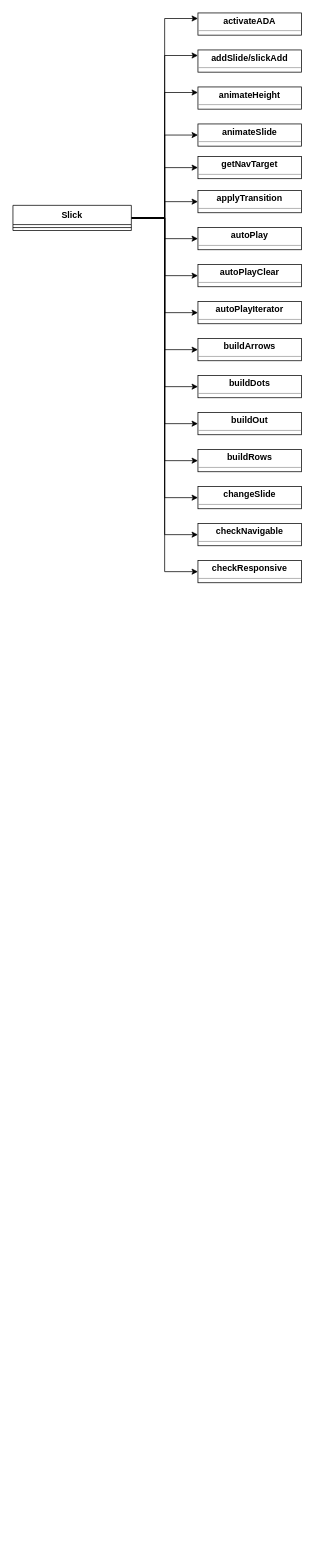
Before: slick-diagram.drawio in nat-davydova/slick-js, a draw.io diagram. Source tidied: cells renumbered, new cells numbered last; positions are measured from the earlier drawing's top-left corner, leaving out a move shared by most shapes. Both pictures are drawn from the tidied source at 74%, with x=0, y=0 at pixel (13, 13).
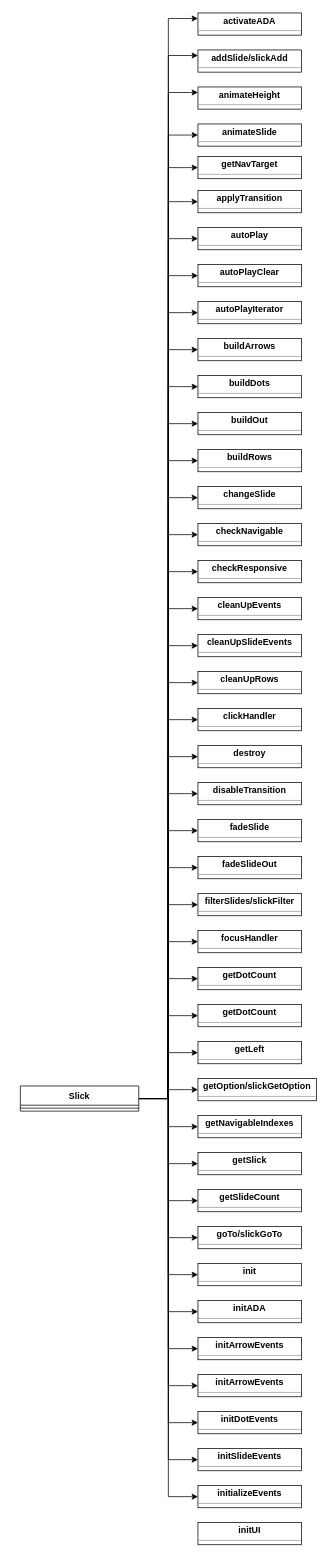
The same diagram, later.

Commit message:
diagram: add methods up to initializeEvents

What changed in the source:
```diff
@@
+    <mxCell id="36" style="edgeStyle=orthogonalEdgeStyle;rounded=0;jettySize=auto;html=1;entryX=0;entryY=0.5;entryDx=0;entryDy=0;" parent="1" edge="1" source="18" target="61">
+      <mxGeometry relative="1" as="geometry" />
+    </mxCell>
+    <mxCell id="37" style="edgeStyle=orthogonalEdgeStyle;rounded=0;jettySize=auto;html=1;entryX=0;entryY=0.5;entryDx=0;entryDy=0;" parent="1" edge="1" source="18" target="62">
+      <mxGeometry relative="1" as="geometry" />
+    </mxCell>
+    <mxCell id="38" style="edgeStyle=orthogonalEdgeStyle;rounded=0;jettySize=auto;html=1;entryX=0;entryY=0.5;entryDx=0;entryDy=0;" parent="1" edge="1" source="18" target="63">
+      <mxGeometry relative="1" as="geometry" />
+    </mxCell>
+    <mxCell id="39" style="edgeStyle=orthogonalEdgeStyle;rounded=0;jettySize=auto;html=1;entryX=0;entryY=0.5;entryDx=0;entryDy=0;" parent="1" edge="1" source="18" target="64">
+      <mxGeometry relative="1" as="geometry" />
+    </mxCell>
+    <mxCell id="40" style="edgeStyle=orthogonalEdgeStyle;rounded=0;jettySize=auto;html=1;entryX=0;entryY=0.5;entryDx=0;entryDy=0;" parent="1" edge="1" source="18" target="65">
+      <mxGeometry relative="1" as="geometry" />
+    </mxCell>
+    <mxCell id="41" style="edgeStyle=orthogonalEdgeStyle;rounded=0;jettySize=auto;html=1;entryX=0;entryY=0.5;entryDx=0;entryDy=0;" parent="1" edge="1" source="18" target="66">
+      <mxGeometry relative="1" as="geometry" />
+    </mxCell>
+    <mxCell id="42" style="edgeStyle=orthogonalEdgeStyle;rounded=0;jettySize=auto;html=1;entryX=0;entryY=0.5;entryDx=0;entryDy=0;" parent="1" edge="1" source="18" target="67">
+      <mxGeometry relative="1" as="geometry" />
+    </mxCell>
+    <mxCell id="43" style="edgeStyle=orthogonalEdgeStyle;rounded=0;jettySize=auto;html=1;entryX=0;entryY=0.5;entryDx=0;entryDy=0;" parent="1" edge="1" source="18" target="68">
+      <mxGeometry relative="1" as="geometry" />
+    </mxCell>
+    <mxCell id="44" style="edgeStyle=orthogonalEdgeStyle;rounded=0;jettySize=auto;html=1;entryX=0;entryY=0.5;entryDx=0;entryDy=0;" parent="1" edge="1" source="18" target="69">
+      <mxGeometry relative="1" as="geometry" />
+    </mxCell>
+    <mxCell id="45" style="edgeStyle=orthogonalEdgeStyle;rounded=0;jettySize=auto;html=1;entryX=0;entryY=0.5;entryDx=0;entryDy=0;" parent="1" edge="1" source="18" target="70">
+      <mxGeometry relative="1" as="geometry" />
+    </mxCell>
+    <mxCell id="46" style="edgeStyle=orthogonalEdgeStyle;rounded=0;jettySize=auto;html=1;entryX=0;entryY=0.5;entryDx=0;entryDy=0;" parent="1" edge="1" source="18" target="71">
+      <mxGeometry relative="1" as="geometry" />
+    </mxCell>
+    <mxCell id="47" style="edgeStyle=orthogonalEdgeStyle;rounded=0;jettySize=auto;html=1;entryX=0;entryY=0.5;entryDx=0;entryDy=0;" parent="1" edge="1" source="18" target="72">
+      <mxGeometry relative="1" as="geometry" />
+    </mxCell>
+    <mxCell id="48" style="edgeStyle=orthogonalEdgeStyle;rounded=0;jettySize=auto;html=1;entryX=0;entryY=0.5;entryDx=0;entryDy=0;" parent="1" edge="1" source="18" target="73">
+      <mxGeometry relative="1" as="geometry" />
+    </mxCell>
+    <mxCell id="49" style="edgeStyle=orthogonalEdgeStyle;rounded=0;jettySize=auto;html=1;entryX=0;entryY=0.5;entryDx=0;entryDy=0;" parent="1" edge="1" source="18" target="74">
+      <mxGeometry relative="1" as="geometry" />
+    </mxCell>
+    <mxCell id="50" style="edgeStyle=orthogonalEdgeStyle;rounded=0;jettySize=auto;html=1;entryX=0;entryY=0.5;entryDx=0;entryDy=0;" parent="1" edge="1" source="18" target="75">
+      <mxGeometry relative="1" as="geometry" />
+    </mxCell>
+    <mxCell id="51" style="edgeStyle=orthogonalEdgeStyle;rounded=0;jettySize=auto;html=1;entryX=0;entryY=0.5;entryDx=0;entryDy=0;" parent="1" edge="1" source="18" target="80">
+      <mxGeometry relative="1" as="geometry" />
+    </mxCell>
+    <mxCell id="52" style="edgeStyle=orthogonalEdgeStyle;rounded=0;jettySize=auto;html=1;entryX=0;entryY=0.5;entryDx=0;entryDy=0;" parent="1" edge="1" source="18" target="76">
+      <mxGeometry relative="1" as="geometry" />
+    </mxCell>
+    <mxCell id="53" style="edgeStyle=orthogonalEdgeStyle;rounded=0;jettySize=auto;html=1;entryX=0;entryY=0.5;entryDx=0;entryDy=0;" parent="1" edge="1" source="18" target="77">
+      <mxGeometry relative="1" as="geometry" />
+    </mxCell>
+    <mxCell id="54" style="edgeStyle=orthogonalEdgeStyle;rounded=0;jettySize=auto;html=1;entryX=0;entryY=0.5;entryDx=0;entryDy=0;" parent="1" edge="1" source="18" target="78">
+      <mxGeometry relative="1" as="geometry" />
+    </mxCell>
+    <mxCell id="55" style="edgeStyle=orthogonalEdgeStyle;rounded=0;jettySize=auto;html=1;entryX=0;entryY=0.5;entryDx=0;entryDy=0;" parent="1" edge="1" source="18" target="79">
+      <mxGeometry relative="1" as="geometry" />
+    </mxCell>
+    <mxCell id="56" style="edgeStyle=orthogonalEdgeStyle;rounded=0;jettySize=auto;html=1;entryX=0;entryY=0.5;entryDx=0;entryDy=0;" parent="1" edge="1" source="18" target="81">
+      <mxGeometry relative="1" as="geometry" />
+    </mxCell>
+    <mxCell id="57" style="edgeStyle=orthogonalEdgeStyle;rounded=0;jettySize=auto;html=1;entryX=0;entryY=0.5;entryDx=0;entryDy=0;" parent="1" edge="1" source="18" target="82">
+      <mxGeometry relative="1" as="geometry" />
+    </mxCell>
+    <mxCell id="58" style="edgeStyle=orthogonalEdgeStyle;rounded=0;jettySize=auto;html=1;entryX=0;entryY=0.5;entryDx=0;entryDy=0;" parent="1" edge="1" source="18" target="83">
+      <mxGeometry relative="1" as="geometry" />
+    </mxCell>
+    <mxCell id="59" style="edgeStyle=orthogonalEdgeStyle;rounded=0;jettySize=auto;html=1;entryX=0;entryY=0.5;entryDx=0;entryDy=0;" parent="1" edge="1" source="18" target="84">
+      <mxGeometry relative="1" as="geometry" />
+    </mxCell>
+    <mxCell id="60" style="edgeStyle=orthogonalEdgeStyle;rounded=0;jettySize=auto;html=1;entryX=0;entryY=0.5;entryDx=0;entryDy=0;" parent="1" edge="1" source="18" target="85">
+      <mxGeometry relative="1" as="geometry" />
+    </mxCell>
     <mxCell id="18" value="Slick" style="swimlane;fontStyle=1;align=center;verticalAlign=top;horizontal=1;startSize=26;" parent="1" vertex="1">
-      <mxGeometry y="260" width="160" height="34" as="geometry" />
+      <mxGeometry x="10" y="1450" width="160" height="34" as="geometry" />
     </mxCell>
@@
+    <mxCell id="61" value="&lt;p style=&quot;margin:0px;margin-top:4px;text-align:center;&quot;&gt;&lt;b&gt;cleanUpEvents&lt;/b&gt;&lt;/p&gt;&lt;hr size=&quot;1&quot;&gt;&lt;div style=&quot;height:2px;&quot;&gt;&lt;/div&gt;" style="verticalAlign=top;align=left;overflow=fill;fontSize=12;fontFamily=Helvetica;html=1;" parent="1" vertex="1">
+      <mxGeometry x="250" y="790" width="140" height="30" as="geometry" />
+    </mxCell>
+    <mxCell id="62" value="&lt;p style=&quot;margin:0px;margin-top:4px;text-align:center;&quot;&gt;&lt;b&gt;cleanUpSlideEvents&lt;/b&gt;&lt;/p&gt;&lt;hr size=&quot;1&quot;&gt;&lt;div style=&quot;height:2px;&quot;&gt;&lt;/div&gt;" style="verticalAlign=top;align=left;overflow=fill;fontSize=12;fontFamily=Helvetica;html=1;" parent="1" vertex="1">
+      <mxGeometry x="250" y="840" width="140" height="30" as="geometry" />
+    </mxCell>
+    <mxCell id="63" value="&lt;p style=&quot;margin:0px;margin-top:4px;text-align:center;&quot;&gt;&lt;b&gt;cleanUpRows&lt;/b&gt;&lt;/p&gt;&lt;hr size=&quot;1&quot;&gt;&lt;div style=&quot;height:2px;&quot;&gt;&lt;/div&gt;" style="verticalAlign=top;align=left;overflow=fill;fontSize=12;fontFamily=Helvetica;html=1;" parent="1" vertex="1">
+      <mxGeometry x="250" y="890" width="140" height="30" as="geometry" />
+    </mxCell>
+    <mxCell id="64" value="&lt;p style=&quot;margin:0px;margin-top:4px;text-align:center;&quot;&gt;&lt;b&gt;clickHandler&lt;/b&gt;&lt;/p&gt;&lt;hr size=&quot;1&quot;&gt;&lt;div style=&quot;height:2px;&quot;&gt;&lt;/div&gt;" style="verticalAlign=top;align=left;overflow=fill;fontSize=12;fontFamily=Helvetica;html=1;" parent="1" vertex="1">
+      <mxGeometry x="250" y="940" width="140" height="30" as="geometry" />
+    </mxCell>
+    <mxCell id="65" value="&lt;p style=&quot;margin:0px;margin-top:4px;text-align:center;&quot;&gt;&lt;b&gt;destroy&lt;/b&gt;&lt;/p&gt;&lt;hr size=&quot;1&quot;&gt;&lt;div style=&quot;height:2px;&quot;&gt;&lt;/div&gt;" style="verticalAlign=top;align=left;overflow=fill;fontSize=12;fontFamily=Helvetica;html=1;" parent="1" vertex="1">
+      <mxGeometry x="250" y="990" width="140" height="30" as="geometry" />
+    </mxCell>
+    <mxCell id="66" value="&lt;p style=&quot;margin:0px;margin-top:4px;text-align:center;&quot;&gt;&lt;b&gt;disableTransition&lt;/b&gt;&lt;/p&gt;&lt;hr size=&quot;1&quot;&gt;&lt;div style=&quot;height:2px;&quot;&gt;&lt;/div&gt;" style="verticalAlign=top;align=left;overflow=fill;fontSize=12;fontFamily=Helvetica;html=1;" parent="1" vertex="1">
+      <mxGeometry x="250" y="1040" width="140" height="30" as="geometry" />
+    </mxCell>
+    <mxCell id="67" value="&lt;p style=&quot;margin:0px;margin-top:4px;text-align:center;&quot;&gt;&lt;b&gt;fadeSlide&lt;/b&gt;&lt;/p&gt;&lt;hr size=&quot;1&quot;&gt;&lt;div style=&quot;height:2px;&quot;&gt;&lt;/div&gt;" style="verticalAlign=top;align=left;overflow=fill;fontSize=12;fontFamily=Helvetica;html=1;" parent="1" vertex="1">
+      <mxGeometry x="250" y="1090" width="140" height="30" as="geometry" />
+    </mxCell>
+    <mxCell id="68" value="&lt;p style=&quot;margin:0px;margin-top:4px;text-align:center;&quot;&gt;&lt;b&gt;fadeSlideOut&lt;/b&gt;&lt;/p&gt;&lt;hr size=&quot;1&quot;&gt;&lt;div style=&quot;height:2px;&quot;&gt;&lt;/div&gt;" style="verticalAlign=top;align=left;overflow=fill;fontSize=12;fontFamily=Helvetica;html=1;" parent="1" vertex="1">
+      <mxGeometry x="250" y="1140" width="140" height="30" as="geometry" />
+    </mxCell>
+    <mxCell id="69" value="&lt;p style=&quot;margin:0px;margin-top:4px;text-align:center;&quot;&gt;&lt;b&gt;filterSlides/slickFilter&lt;/b&gt;&lt;/p&gt;&lt;hr size=&quot;1&quot;&gt;&lt;div style=&quot;height:2px;&quot;&gt;&lt;/div&gt;" style="verticalAlign=top;align=left;overflow=fill;fontSize=12;fontFamily=Helvetica;html=1;" parent="1" vertex="1">
+      <mxGeometry x="250" y="1190" width="140" height="30" as="geometry" />
+    </mxCell>
+    <mxCell id="70" value="&lt;p style=&quot;margin:0px;margin-top:4px;text-align:center;&quot;&gt;&lt;b&gt;focusHandler&lt;/b&gt;&lt;/p&gt;&lt;hr size=&quot;1&quot;&gt;&lt;div style=&quot;height:2px;&quot;&gt;&lt;/div&gt;" style="verticalAlign=top;align=left;overflow=fill;fontSize=12;fontFamily=Helvetica;html=1;" parent="1" vertex="1">
+      <mxGeometry x="250" y="1240" width="140" height="30" as="geometry" />
+    </mxCell>
+    <mxCell id="71" value="&lt;p style=&quot;margin:0px;margin-top:4px;text-align:center;&quot;&gt;&lt;b&gt;getDotCount&lt;/b&gt;&lt;/p&gt;&lt;hr size=&quot;1&quot;&gt;&lt;div style=&quot;height:2px;&quot;&gt;&lt;/div&gt;" style="verticalAlign=top;align=left;overflow=fill;fontSize=12;fontFamily=Helvetica;html=1;" parent="1" vertex="1">
+      <mxGeometry x="250" y="1290" width="140" height="30" as="geometry" />
+    </mxCell>
+    <mxCell id="72" value="&lt;p style=&quot;margin:0px;margin-top:4px;text-align:center;&quot;&gt;&lt;b&gt;getDotCount&lt;/b&gt;&lt;/p&gt;&lt;hr size=&quot;1&quot;&gt;&lt;div style=&quot;height:2px;&quot;&gt;&lt;/div&gt;" style="verticalAlign=top;align=left;overflow=fill;fontSize=12;fontFamily=Helvetica;html=1;" parent="1" vertex="1">
+      <mxGeometry x="250" y="1340" width="140" height="30" as="geometry" />
+    </mxCell>
+    <mxCell id="73" value="&lt;p style=&quot;margin:0px;margin-top:4px;text-align:center;&quot;&gt;&lt;b&gt;getLeft&lt;/b&gt;&lt;/p&gt;&lt;hr size=&quot;1&quot;&gt;&lt;div style=&quot;height:2px;&quot;&gt;&lt;/div&gt;" style="verticalAlign=top;align=left;overflow=fill;fontSize=12;fontFamily=Helvetica;html=1;" parent="1" vertex="1">
+      <mxGeometry x="250" y="1390" width="140" height="30" as="geometry" />
+    </mxCell>
+    <mxCell id="74" value="&lt;p style=&quot;margin:0px;margin-top:4px;text-align:center;&quot;&gt;&lt;b&gt;getOption/slickGetOption&lt;/b&gt;&lt;/p&gt;&lt;hr size=&quot;1&quot;&gt;&lt;div style=&quot;height:2px;&quot;&gt;&lt;/div&gt;" style="verticalAlign=top;align=left;overflow=fill;fontSize=12;fontFamily=Helvetica;html=1;" parent="1" vertex="1">
+      <mxGeometry x="250" y="1440" width="160" height="30" as="geometry" />
+    </mxCell>
+    <mxCell id="75" value="&lt;p style=&quot;margin:0px;margin-top:4px;text-align:center;&quot;&gt;&lt;b&gt;getSlick&lt;/b&gt;&lt;/p&gt;&lt;hr size=&quot;1&quot;&gt;&lt;div style=&quot;height:2px;&quot;&gt;&lt;/div&gt;" style="verticalAlign=top;align=left;overflow=fill;fontSize=12;fontFamily=Helvetica;html=1;" parent="1" vertex="1">
+      <mxGeometry x="250" y="1540" width="140" height="30" as="geometry" />
+    </mxCell>
+    <mxCell id="76" value="&lt;p style=&quot;margin:0px;margin-top:4px;text-align:center;&quot;&gt;&lt;b&gt;getSlideCount&lt;/b&gt;&lt;/p&gt;&lt;hr size=&quot;1&quot;&gt;&lt;div style=&quot;height:2px;&quot;&gt;&lt;/div&gt;" style="verticalAlign=top;align=left;overflow=fill;fontSize=12;fontFamily=Helvetica;html=1;" parent="1" vertex="1">
+      <mxGeometry x="250" y="1590" width="140" height="30" as="geometry" />
+    </mxCell>
+    <mxCell id="77" value="&lt;p style=&quot;margin:0px;margin-top:4px;text-align:center;&quot;&gt;&lt;b&gt;goTo/slickGoTo&lt;/b&gt;&lt;/p&gt;&lt;hr size=&quot;1&quot;&gt;&lt;div style=&quot;height:2px;&quot;&gt;&lt;/div&gt;" style="verticalAlign=top;align=left;overflow=fill;fontSize=12;fontFamily=Helvetica;html=1;" parent="1" vertex="1">
+      <mxGeometry x="250" y="1640" width="140" height="30" as="geometry" />
+    </mxCell>
+    <mxCell id="78" value="&lt;p style=&quot;margin:0px;margin-top:4px;text-align:center;&quot;&gt;&lt;b&gt;init&lt;/b&gt;&lt;/p&gt;&lt;hr size=&quot;1&quot;&gt;&lt;div style=&quot;height:2px;&quot;&gt;&lt;/div&gt;" style="verticalAlign=top;align=left;overflow=fill;fontSize=12;fontFamily=Helvetica;html=1;" parent="1" vertex="1">
+      <mxGeometry x="250" y="1690" width="140" height="30" as="geometry" />
+    </mxCell>
+    <mxCell id="79" value="&lt;p style=&quot;margin:0px;margin-top:4px;text-align:center;&quot;&gt;&lt;b&gt;initADA&lt;/b&gt;&lt;/p&gt;&lt;hr size=&quot;1&quot;&gt;&lt;div style=&quot;height:2px;&quot;&gt;&lt;/div&gt;" style="verticalAlign=top;align=left;overflow=fill;fontSize=12;fontFamily=Helvetica;html=1;" parent="1" vertex="1">
+      <mxGeometry x="250" y="1740" width="140" height="30" as="geometry" />
+    </mxCell>
+    <mxCell id="80" value="&lt;p style=&quot;margin:0px;margin-top:4px;text-align:center;&quot;&gt;&lt;b&gt;getNavigableIndexes&lt;/b&gt;&lt;/p&gt;&lt;hr size=&quot;1&quot;&gt;&lt;div style=&quot;height:2px;&quot;&gt;&lt;/div&gt;" style="verticalAlign=top;align=left;overflow=fill;fontSize=12;fontFamily=Helvetica;html=1;" parent="1" vertex="1">
+      <mxGeometry x="250" y="1490" width="140" height="30" as="geometry" />
+    </mxCell>
+    <mxCell id="81" value="&lt;p style=&quot;margin:0px;margin-top:4px;text-align:center;&quot;&gt;&lt;b&gt;initArrowEvents&lt;/b&gt;&lt;/p&gt;&lt;hr size=&quot;1&quot;&gt;&lt;div style=&quot;height:2px;&quot;&gt;&lt;/div&gt;" style="verticalAlign=top;align=left;overflow=fill;fontSize=12;fontFamily=Helvetica;html=1;" parent="1" vertex="1">
+      <mxGeometry x="250" y="1790" width="140" height="30" as="geometry" />
+    </mxCell>
+    <mxCell id="82" value="&lt;p style=&quot;margin:0px;margin-top:4px;text-align:center;&quot;&gt;&lt;b&gt;initArrowEvents&lt;/b&gt;&lt;/p&gt;&lt;hr size=&quot;1&quot;&gt;&lt;div style=&quot;height:2px;&quot;&gt;&lt;/div&gt;" style="verticalAlign=top;align=left;overflow=fill;fontSize=12;fontFamily=Helvetica;html=1;" parent="1" vertex="1">
+      <mxGeometry x="250" y="1840" width="140" height="30" as="geometry" />
+    </mxCell>
+    <mxCell id="83" value="&lt;p style=&quot;margin:0px;margin-top:4px;text-align:center;&quot;&gt;&lt;b&gt;initDotEvents&lt;/b&gt;&lt;/p&gt;&lt;hr size=&quot;1&quot;&gt;&lt;div style=&quot;height:2px;&quot;&gt;&lt;/div&gt;" style="verticalAlign=top;align=left;overflow=fill;fontSize=12;fontFamily=Helvetica;html=1;" parent="1" vertex="1">
+      <mxGeometry x="250" y="1890" width="140" height="30" as="geometry" />
+    </mxCell>
+    <mxCell id="84" value="&lt;p style=&quot;margin:0px;margin-top:4px;text-align:center;&quot;&gt;&lt;b&gt;initSlideEvents&lt;/b&gt;&lt;/p&gt;&lt;hr size=&quot;1&quot;&gt;&lt;div style=&quot;height:2px;&quot;&gt;&lt;/div&gt;" style="verticalAlign=top;align=left;overflow=fill;fontSize=12;fontFamily=Helvetica;html=1;" parent="1" vertex="1">
+      <mxGeometry x="250" y="1940" width="140" height="30" as="geometry" />
+    </mxCell>
+    <mxCell id="85" value="&lt;p style=&quot;margin:0px;margin-top:4px;text-align:center;&quot;&gt;&lt;b&gt;initializeEvents&lt;/b&gt;&lt;/p&gt;&lt;hr size=&quot;1&quot;&gt;&lt;div style=&quot;height:2px;&quot;&gt;&lt;/div&gt;" style="verticalAlign=top;align=left;overflow=fill;fontSize=12;fontFamily=Helvetica;html=1;" parent="1" vertex="1">
+      <mxGeometry x="250" y="1990" width="140" height="30" as="geometry" />
+    </mxCell>
+    <mxCell id="86" value="&lt;p style=&quot;margin:0px;margin-top:4px;text-align:center;&quot;&gt;&lt;b&gt;initUI&lt;/b&gt;&lt;/p&gt;&lt;hr size=&quot;1&quot;&gt;&lt;div style=&quot;height:2px;&quot;&gt;&lt;/div&gt;" style="verticalAlign=top;align=left;overflow=fill;fontSize=12;fontFamily=Helvetica;html=1;" parent="1" vertex="1">
+      <mxGeometry x="250" y="2040" width="140" height="30" as="geometry" />
+    </mxCell>
```
